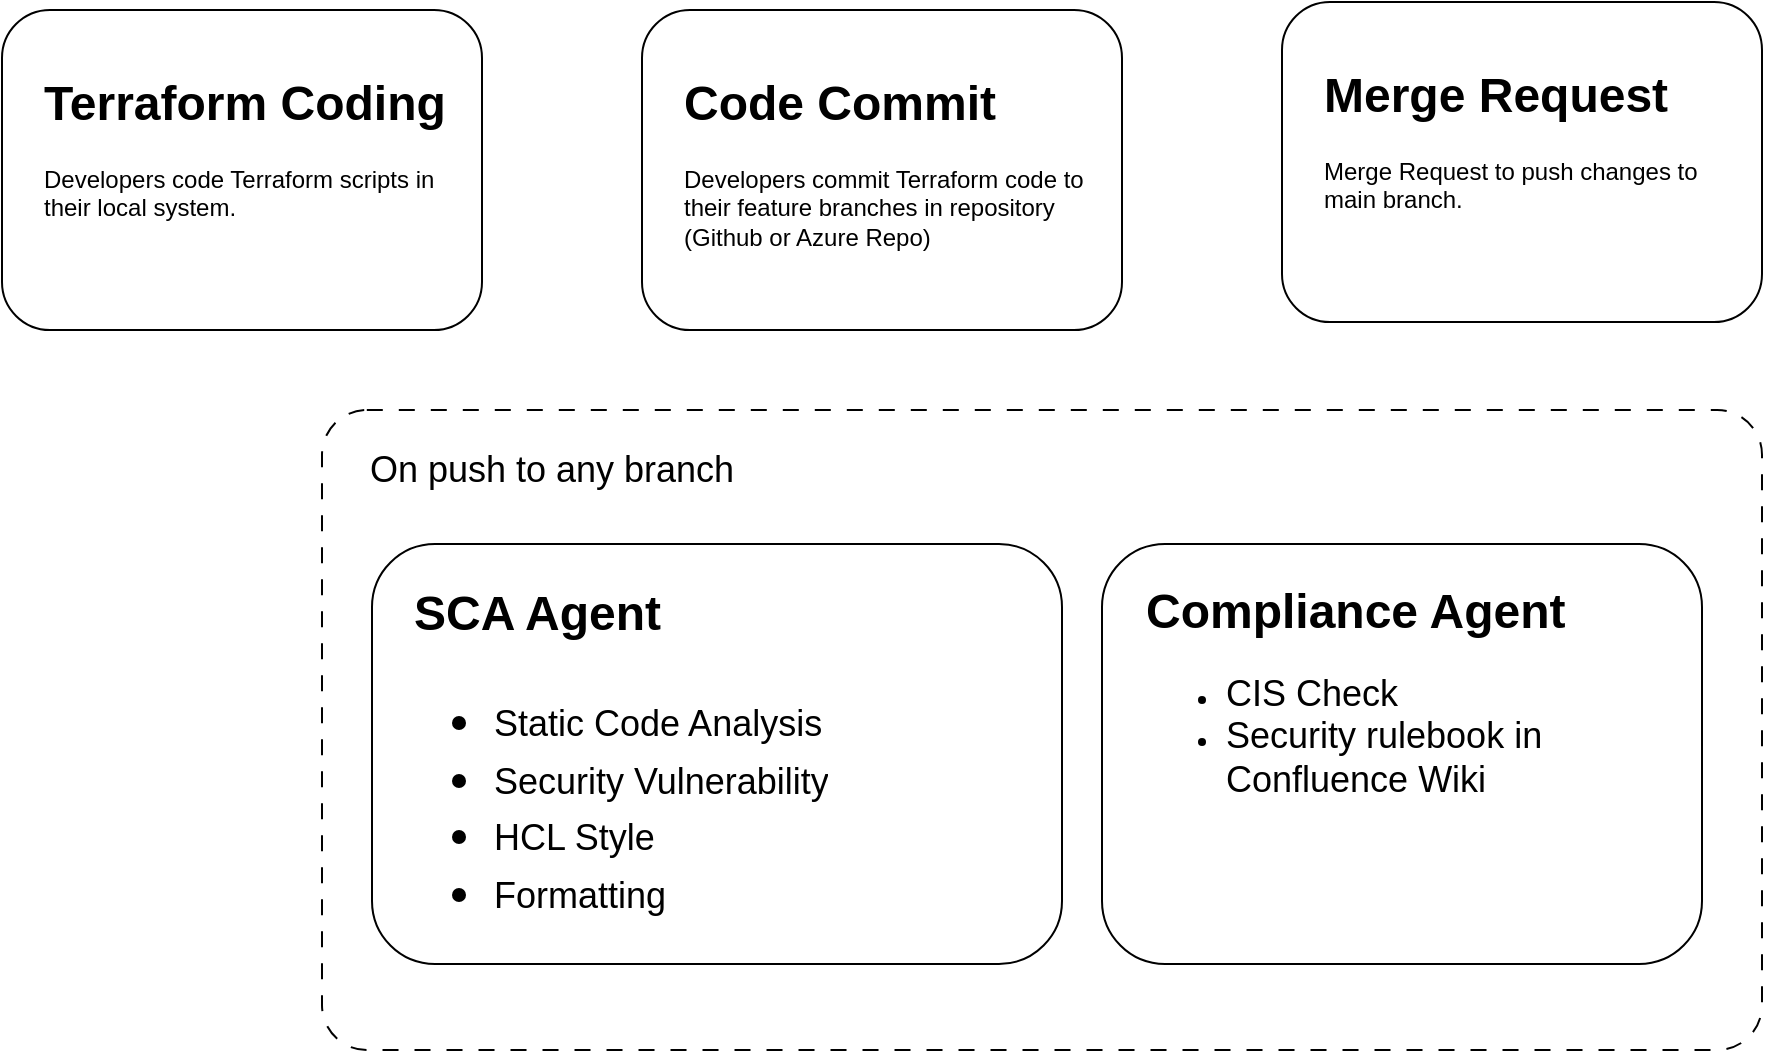
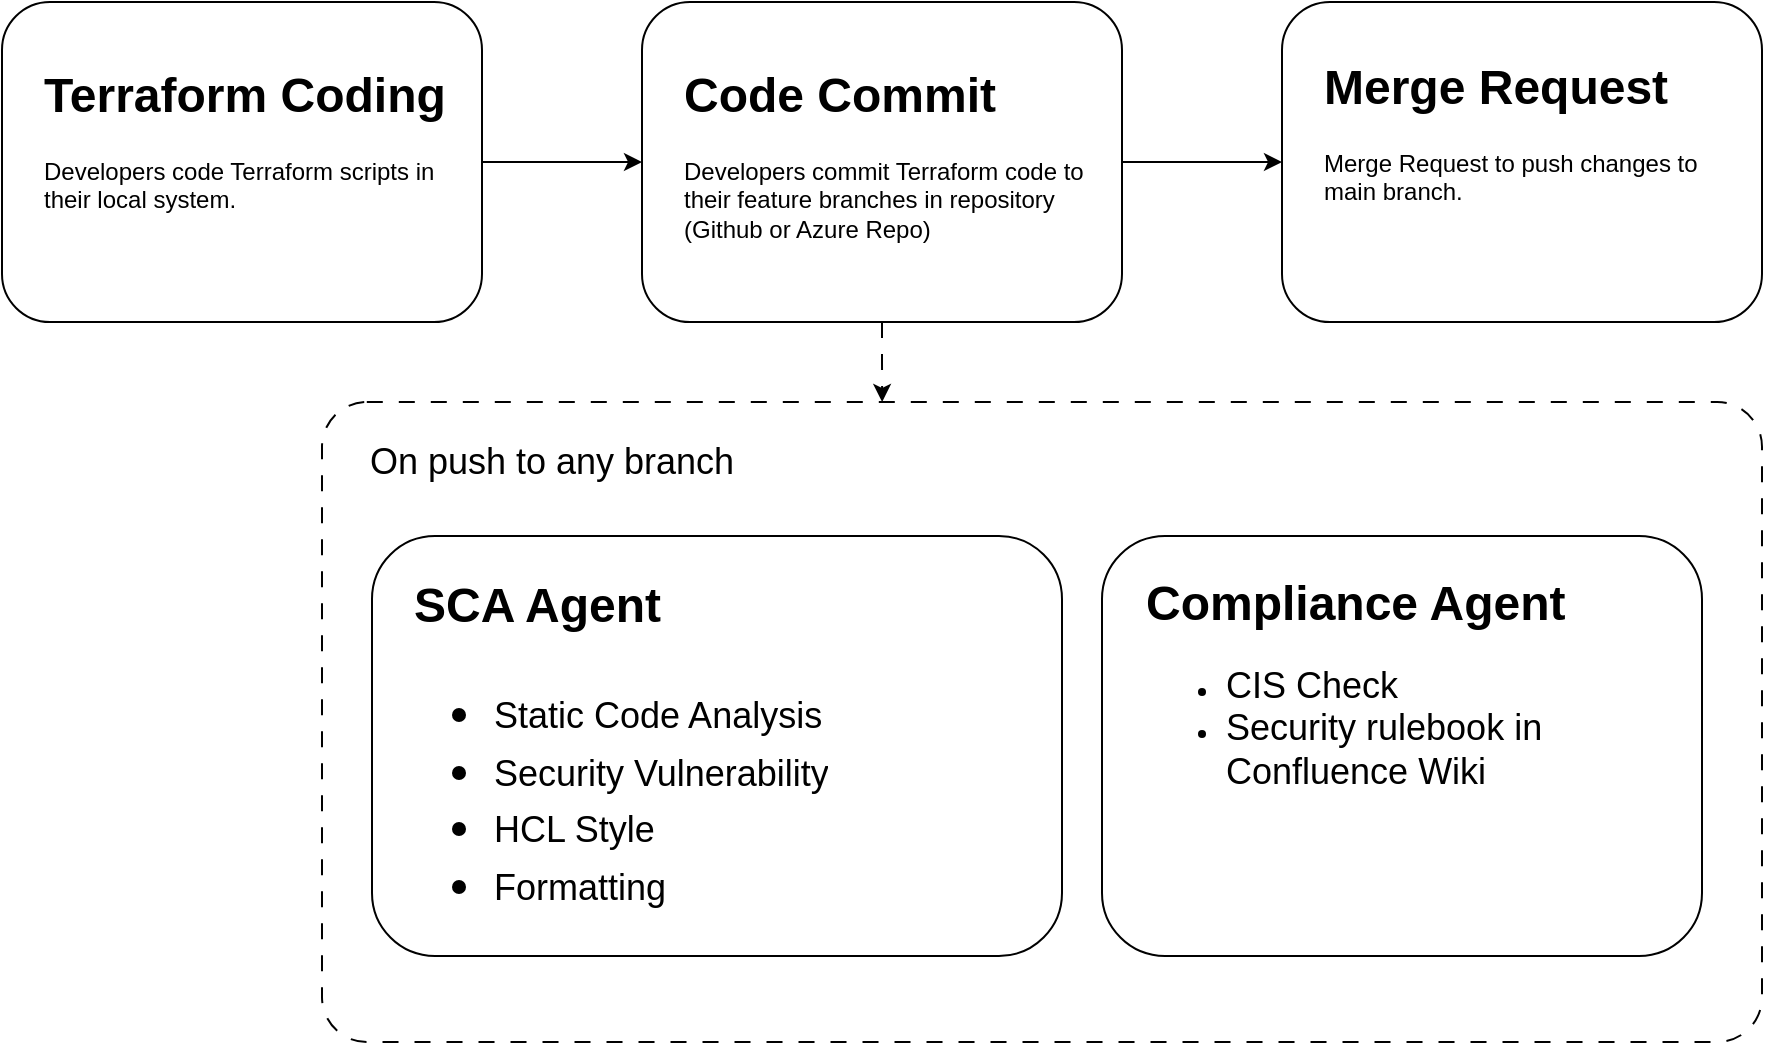
<mxfile host="app.diagrams.net">
  <diagram name="Page-1" id="llQ14HlxIDWXj9B5HY60">
    <mxGraphModel dx="1006" dy="638" grid="1" gridSize="10" guides="1" tooltips="1" connect="1" arrows="1" fold="1" page="1" pageScale="1" pageWidth="850" pageHeight="1100" math="0" shadow="0">
      <root>
        <mxCell id="0" />
        <mxCell id="1" parent="0" />
+         <mxCell id="IWc9zJM8tDhvkjJ2dRjy-13" edge="1" parent="1" source="oJW8UGhNAXkty13G2p3x-1" style="edgeStyle=orthogonalEdgeStyle;rounded=0;orthogonalLoop=1;jettySize=auto;html=1;entryX=0;entryY=0.5;entryDx=0;entryDy=0;" target="IWc9zJM8tDhvkjJ2dRjy-1">
+           <mxGeometry relative="1" as="geometry" />
+         </mxCell>
        <mxCell id="oJW8UGhNAXkty13G2p3x-1" parent="1" style="rounded=1;whiteSpace=wrap;html=1;" value="" vertex="1">
          <mxGeometry height="160" width="240" x="440" y="200" as="geometry" />
        </mxCell>
        <mxCell id="oJW8UGhNAXkty13G2p3x-3" parent="1" style="text;html=1;whiteSpace=wrap;overflow=hidden;rounded=0;" value="&lt;h1 style=&quot;margin-top: 0px;&quot;&gt;Code Commit&lt;/h1&gt;&lt;p&gt;Developers commit Terraform code to their feature branches in repository (Github or Azure Repo)&lt;/p&gt;" vertex="1">
          <mxGeometry height="100" width="210" x="459" y="226" as="geometry" />
        </mxCell>
        <mxCell id="IWc9zJM8tDhvkjJ2dRjy-1" parent="1" style="rounded=1;whiteSpace=wrap;html=1;" value="" vertex="1">
-           <mxGeometry height="160" width="240" x="760" y="196" as="geometry" />
+           <mxGeometry height="160" width="240" x="760" y="200" as="geometry" />
        </mxCell>
        <mxCell id="IWc9zJM8tDhvkjJ2dRjy-2" parent="1" style="text;html=1;whiteSpace=wrap;overflow=hidden;rounded=0;" value="&lt;h1 style=&quot;margin-top: 0px;&quot;&gt;Merge Request&lt;/h1&gt;&lt;p&gt;Merge Request to push changes to main branch.&lt;/p&gt;" vertex="1">
          <mxGeometry height="100" width="210" x="779" y="222" as="geometry" />
+         </mxCell>
+         <mxCell id="IWc9zJM8tDhvkjJ2dRjy-12" edge="1" parent="1" source="IWc9zJM8tDhvkjJ2dRjy-3" style="edgeStyle=orthogonalEdgeStyle;rounded=0;orthogonalLoop=1;jettySize=auto;html=1;exitX=1;exitY=0.5;exitDx=0;exitDy=0;entryX=0;entryY=0.5;entryDx=0;entryDy=0;" target="oJW8UGhNAXkty13G2p3x-1">
+           <mxGeometry relative="1" as="geometry" />
        </mxCell>
        <mxCell id="IWc9zJM8tDhvkjJ2dRjy-3" parent="1" style="rounded=1;whiteSpace=wrap;html=1;" value="" vertex="1">
          <mxGeometry height="160" width="240" x="120" y="200" as="geometry" />
        </mxCell>
        <mxCell id="IWc9zJM8tDhvkjJ2dRjy-4" parent="1" style="text;html=1;whiteSpace=wrap;overflow=hidden;rounded=0;" value="&lt;h1 style=&quot;margin-top: 0px;&quot;&gt;Terraform Coding&lt;/h1&gt;&lt;p&gt;Developers code Terraform scripts in their local system.&lt;/p&gt;" vertex="1">
          <mxGeometry height="100" width="210" x="139" y="226" as="geometry" />
        </mxCell>
        <mxCell id="IWc9zJM8tDhvkjJ2dRjy-5" parent="1" style="rounded=1;whiteSpace=wrap;html=1;arcSize=7;dashed=1;dashPattern=8 8;" value="" vertex="1">
          <mxGeometry height="320" width="720" x="280" y="400" as="geometry" />
        </mxCell>
        <mxCell id="IWc9zJM8tDhvkjJ2dRjy-6" parent="1" style="text;html=1;whiteSpace=wrap;strokeColor=none;fillColor=none;align=center;verticalAlign=middle;rounded=0;" value="&lt;font style=&quot;font-size: 18px;&quot;&gt;On push to any branch&lt;/font&gt;" vertex="1">
          <mxGeometry height="30" width="210" x="290" y="415" as="geometry" />
        </mxCell>
        <mxCell id="IWc9zJM8tDhvkjJ2dRjy-7" parent="1" style="rounded=1;whiteSpace=wrap;html=1;" value="" vertex="1">
          <mxGeometry height="210" width="345" x="305" y="467" as="geometry" />
        </mxCell>
        <mxCell id="IWc9zJM8tDhvkjJ2dRjy-8" parent="1" style="text;html=1;whiteSpace=wrap;overflow=hidden;rounded=0;" value="&lt;h1 style=&quot;margin-top: 0px;&quot;&gt;SCA Agent&lt;/h1&gt;&lt;h1 style=&quot;margin-top: 0px;&quot;&gt;&lt;p style=&quot;font-size: 12px; font-weight: 400;&quot;&gt;&lt;/p&gt;&lt;ul&gt;&lt;li&gt;&lt;span style=&quot;font-size: 18px; font-weight: normal;&quot;&gt;Static Code Analysis&lt;/span&gt;&lt;/li&gt;&lt;li&gt;&lt;span style=&quot;font-size: 18px; font-weight: normal;&quot;&gt;Security Vulnerability&lt;/span&gt;&lt;/li&gt;&lt;li&gt;&lt;span style=&quot;font-size: 18px; font-weight: normal;&quot;&gt;HCL Style&lt;/span&gt;&lt;/li&gt;&lt;li&gt;&lt;span style=&quot;font-size: 18px; font-weight: normal;&quot;&gt;Formatting&lt;/span&gt;&lt;/li&gt;&lt;/ul&gt;&lt;p&gt;&lt;/p&gt;&lt;/h1&gt;" vertex="1">
          <mxGeometry height="183" width="306" x="324" y="481" as="geometry" />
        </mxCell>
        <mxCell id="IWc9zJM8tDhvkjJ2dRjy-9" parent="1" style="rounded=1;whiteSpace=wrap;html=1;" value="" vertex="1">
          <mxGeometry height="210" width="300" x="670" y="467" as="geometry" />
        </mxCell>
        <mxCell id="IWc9zJM8tDhvkjJ2dRjy-10" parent="1" style="text;html=1;whiteSpace=wrap;overflow=hidden;rounded=0;" value="&lt;h1 style=&quot;margin-top: 0px;&quot;&gt;Compliance Agent&lt;/h1&gt;&lt;p&gt;&lt;/p&gt;&lt;ul&gt;&lt;li&gt;&lt;span style=&quot;font-size: 18px;&quot;&gt;CIS Check&lt;/span&gt;&lt;/li&gt;&lt;li&gt;&lt;span style=&quot;font-size: 18px;&quot;&gt;Security rulebook in Confluence Wiki&lt;/span&gt;&lt;/li&gt;&lt;/ul&gt;&lt;p&gt;&lt;/p&gt;" vertex="1">
          <mxGeometry height="127" width="269" x="690" y="480" as="geometry" />
        </mxCell>
+         <mxCell id="IWc9zJM8tDhvkjJ2dRjy-11" edge="1" parent="1" source="oJW8UGhNAXkty13G2p3x-1" style="edgeStyle=orthogonalEdgeStyle;rounded=0;orthogonalLoop=1;jettySize=auto;html=1;exitX=0.5;exitY=1;exitDx=0;exitDy=0;entryX=0.389;entryY=0;entryDx=0;entryDy=0;entryPerimeter=0;dashed=1;dashPattern=8 8;" target="IWc9zJM8tDhvkjJ2dRjy-5">
+           <mxGeometry relative="1" as="geometry" />
+         </mxCell>
      </root>
    </mxGraphModel>
  </diagram>
</mxfile>
